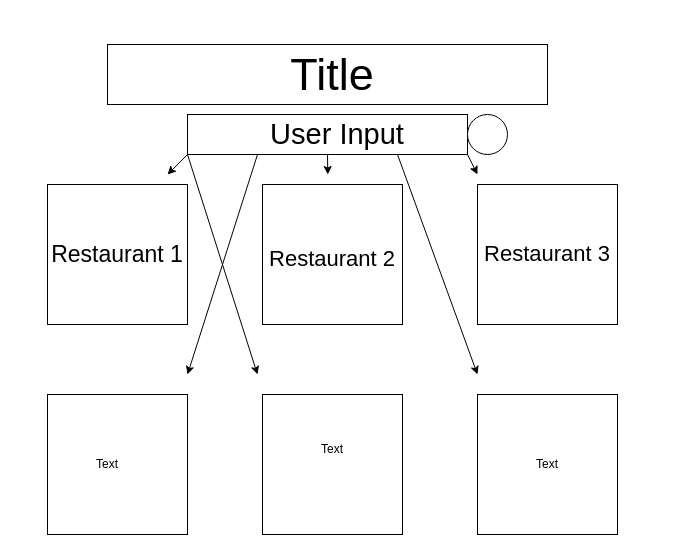
Above: wireframe.drawio in Mrod2871/Restaurant-Locator (draw.io), before the change. Source tidied: cells renumbered, new cells numbered last; positions are measured from the earlier drawing's top-left corner, leaving out a move shared by most shapes. Both pictures are drawn from the tidied source at 100%, with x=0, y=0 at pixel (47, 24).
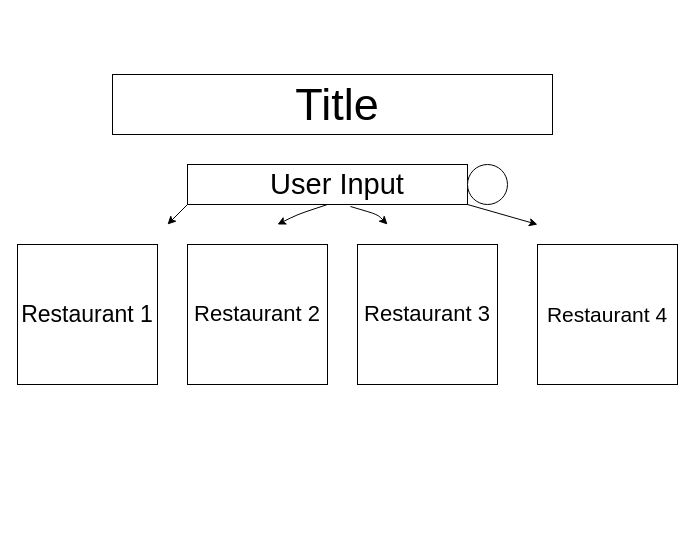
Above is the later version.

Commit message (it also covers changes not shown here):
Adjusts media query and wireframe

The edit, as a diff of the source:
```diff
@@
     <mxCell id="4" style="whiteSpace=wrap;html=1;" parent="1" vertex="1">
-      <mxGeometry y="160" width="140" height="140" as="geometry" />
+      <mxGeometry x="-30" y="220" width="140" height="140" as="geometry" />
     </mxCell>
     <mxCell id="5" style="whiteSpace=wrap;html=1;" parent="1" vertex="1">
-      <mxGeometry x="215" y="160" width="140" height="140" as="geometry" />
+      <mxGeometry x="140" y="220" width="140" height="140" as="geometry" />
     </mxCell>
     <mxCell id="6" style="whiteSpace=wrap;html=1;" parent="1" vertex="1">
-      <mxGeometry x="430" y="160" width="140" height="140" as="geometry" />
+      <mxGeometry x="310" y="220" width="140" height="140" as="geometry" />
     </mxCell>
     <mxCell id="7" style="whiteSpace=wrap;html=1;" parent="1" vertex="1">
-      <mxGeometry y="370" width="140" height="140" as="geometry" />
+      <mxGeometry x="490" y="220" width="140" height="140" as="geometry" />
     </mxCell>
-    <mxCell id="8" style="whiteSpace=wrap;html=1;" parent="1" vertex="1">
-      <mxGeometry x="215" y="370" width="140" height="140" as="geometry" />
-    </mxCell>
-    <mxCell id="9" style="whiteSpace=wrap;html=1;" parent="1" vertex="1">
-      <mxGeometry x="430" y="370" width="140" height="140" as="geometry" />
-    </mxCell>
     <mxCell id="10" style="edgeStyle=none;html=1;exitX=0;exitY=1;exitDx=0;exitDy=0;" parent="1" edge="1" source="16">
       <mxGeometry relative="1" as="geometry">
-        <mxPoint x="120" y="150" as="targetPoint" />
+        <mxPoint x="120" y="200" as="targetPoint" />
       </mxGeometry>
     </mxCell>
     <mxCell id="11" style="edgeStyle=none;html=1;exitX=0.5;exitY=1;exitDx=0;exitDy=0;" parent="1" edge="1" source="16">
       <mxGeometry relative="1" as="geometry">
-        <mxPoint x="280.3" y="150" as="targetPoint" />
+        <mxPoint x="230" y="200" as="targetPoint" />
+        <Array as="points">
+          <mxPoint x="250" y="190" />
+        </Array>
       </mxGeometry>
     </mxCell>
     <mxCell id="12" style="edgeStyle=none;html=1;exitX=1;exitY=1;exitDx=0;exitDy=0;" parent="1" edge="1" source="16">
       <mxGeometry relative="1" as="geometry">
-        <mxPoint x="430" y="150" as="targetPoint" />
+        <mxPoint x="490" y="200" as="targetPoint" />
       </mxGeometry>
     </mxCell>
-    <mxCell id="13" style="edgeStyle=none;html=1;exitX=0.25;exitY=1;exitDx=0;exitDy=0;" parent="1" edge="1" source="16">
-      <mxGeometry relative="1" as="geometry">
-        <mxPoint x="140" y="350" as="targetPoint" />
-      </mxGeometry>
-    </mxCell>
-    <mxCell id="14" style="edgeStyle=none;html=1;exitX=0.75;exitY=1;exitDx=0;exitDy=0;" parent="1" edge="1" source="16">
-      <mxGeometry relative="1" as="geometry">
-        <mxPoint x="430" y="350" as="targetPoint" />
-      </mxGeometry>
-    </mxCell>
-    <mxCell id="15" style="edgeStyle=none;html=1;exitX=0;exitY=1;exitDx=0;exitDy=0;" parent="1" edge="1" source="16">
-      <mxGeometry relative="1" as="geometry">
-        <mxPoint x="210" y="350" as="targetPoint" />
-      </mxGeometry>
-    </mxCell>
     <mxCell id="16" style="rounded=0;whiteSpace=wrap;html=1;" parent="1" vertex="1">
-      <mxGeometry x="140" y="90" width="280" height="40" as="geometry" />
+      <mxGeometry x="140" y="140" width="280" height="40" as="geometry" />
     </mxCell>
     <mxCell id="17" style="ellipse;whiteSpace=wrap;html=1;" parent="1" vertex="1">
-      <mxGeometry x="420" y="90" width="40" height="40" as="geometry" />
+      <mxGeometry x="420" y="140" width="40" height="40" as="geometry" />
     </mxCell>
     <mxCell id="18" style="rounded=0;whiteSpace=wrap;html=1;" parent="1" vertex="1">
-      <mxGeometry x="60" y="20" width="440" height="60" as="geometry" />
+      <mxGeometry x="65" y="50" width="440" height="60" as="geometry" />
     </mxCell>
     <mxCell id="19" value="User Input" style="text;strokeColor=none;align=center;fillColor=none;html=1;verticalAlign=middle;whiteSpace=wrap;rounded=0;fontSize=29;" parent="1" vertex="1">
-      <mxGeometry x="170" y="95" width="240" height="30" as="geometry" />
+      <mxGeometry x="170" y="145" width="240" height="30" as="geometry" />
     </mxCell>
     <mxCell id="20" value="Title" style="text;strokeColor=none;align=center;fillColor=none;html=1;verticalAlign=middle;whiteSpace=wrap;rounded=0;fontSize=45;" parent="1" vertex="1">
-      <mxGeometry x="70" y="35" width="430" height="30" as="geometry" />
+      <mxGeometry x="75" y="65" width="430" height="30" as="geometry" />
     </mxCell>
     <mxCell id="21" value="Restaurant 1" style="text;strokeColor=none;align=center;fillColor=none;html=1;verticalAlign=middle;whiteSpace=wrap;rounded=0;fontSize=23;" parent="1" vertex="1">
-      <mxGeometry y="160" width="140" height="140" as="geometry" />
+      <mxGeometry x="-30" y="220" width="140" height="140" as="geometry" />
     </mxCell>
     <mxCell id="22" value="Restaurant 2" style="text;strokeColor=none;align=center;fillColor=none;html=1;verticalAlign=middle;whiteSpace=wrap;rounded=0;fontSize=22;" parent="1" vertex="1">
-      <mxGeometry x="210" y="170" width="150" height="130" as="geometry" />
+      <mxGeometry x="135" y="220" width="150" height="140" as="geometry" />
     </mxCell>
     <mxCell id="23" value="Restaurant 3" style="text;strokeColor=none;align=center;fillColor=none;html=1;verticalAlign=middle;whiteSpace=wrap;rounded=0;fontSize=22;" parent="1" vertex="1">
-      <mxGeometry x="430" y="160" width="140" height="140" as="geometry" />
+      <mxGeometry x="310" y="220" width="140" height="140" as="geometry" />
     </mxCell>
-    <mxCell id="24" value="Text" style="text;strokeColor=none;align=center;fillColor=none;html=1;verticalAlign=middle;whiteSpace=wrap;rounded=0;" parent="1" vertex="1">
-      <mxGeometry x="30" y="425" width="60" height="30" as="geometry" />
+    <mxCell id="24" value="Restaurant 4" style="text;strokeColor=none;align=center;fillColor=none;html=1;verticalAlign=middle;whiteSpace=wrap;rounded=0;fontSize=21;" parent="1" vertex="1">
+      <mxGeometry x="490" y="220" width="140" height="140" as="geometry" />
     </mxCell>
-    <mxCell id="25" value="Text" style="text;strokeColor=none;align=center;fillColor=none;html=1;verticalAlign=middle;whiteSpace=wrap;rounded=0;" parent="1" vertex="1">
-      <mxGeometry x="255" y="410" width="60" height="30" as="geometry" />
-    </mxCell>
-    <mxCell id="26" value="Text" style="text;strokeColor=none;align=center;fillColor=none;html=1;verticalAlign=middle;whiteSpace=wrap;rounded=0;" parent="1" vertex="1">
-      <mxGeometry x="470" y="425" width="60" height="30" as="geometry" />
-    </mxCell>
+    <mxCell id="27" style="edgeStyle=none;html=1;exitX=0.582;exitY=1.05;exitDx=0;exitDy=0;exitPerimeter=0;" parent="1" edge="1" source="16">
+      <mxGeometry relative="1" as="geometry">
+        <mxPoint x="340" y="200" as="targetPoint" />
+        <Array as="points">
+          <mxPoint x="330" y="190" />
+        </Array>
+      </mxGeometry>
+    </mxCell>
```
